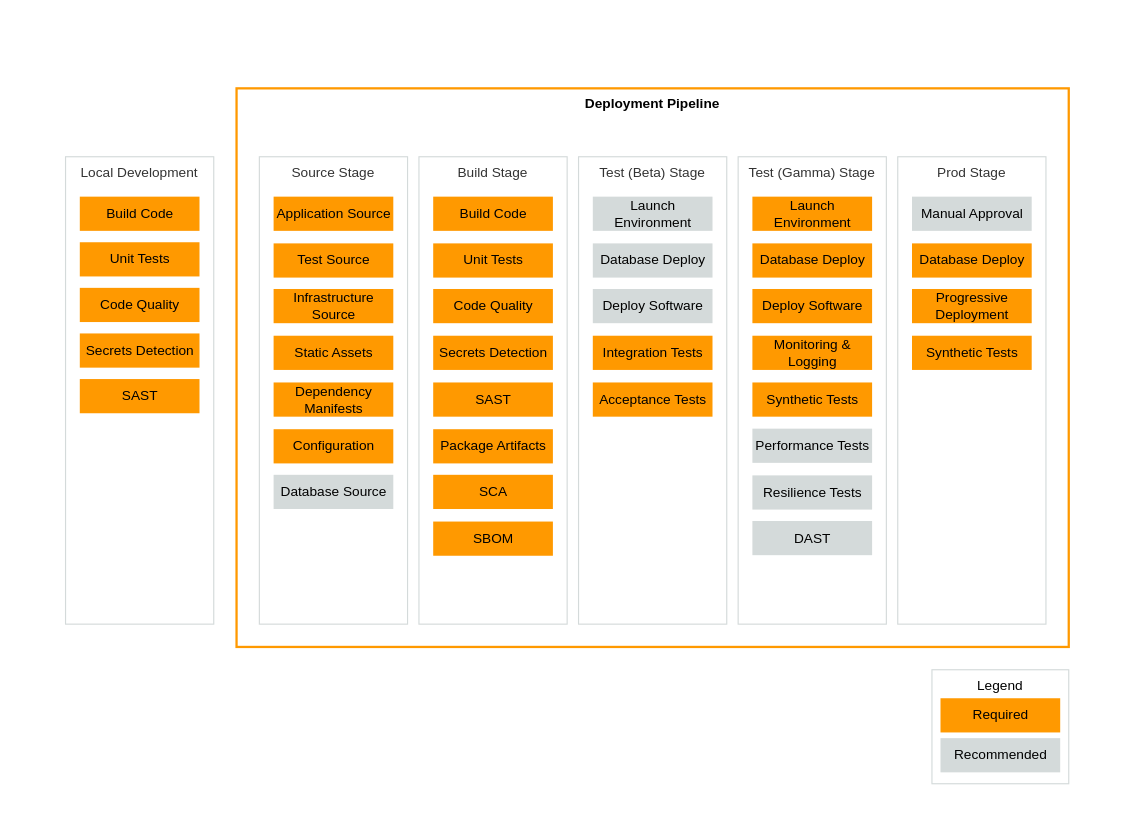
Before: docs/application-pipeline/architecture.drawio in aws-samples/aws-deployment-pipeline-reference-architecture, a draw.io diagram. Source tidied: cells renumbered, new cells numbered last; positions are measured from the earlier drawing's top-left corner, leaving out a move shared by most shapes. Both pictures are drawn from the tidied source at 114%, with x=0, y=0 at pixel (19, 19).
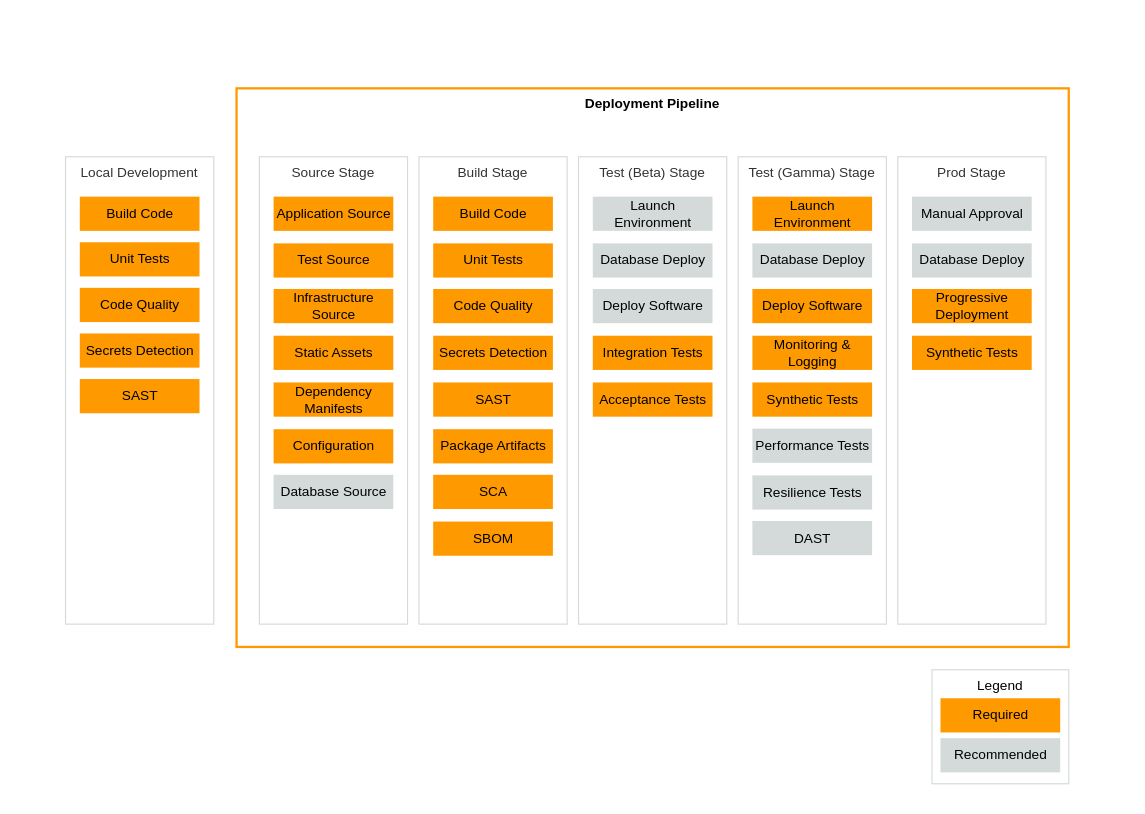
Above is the later version.

Commit message (it also covers changes not shown here):
Database deploy fix

Diff of the diagram source:
```diff
@@
-    <mxCell id="39" value="Database Deploy" style="rounded=0;whiteSpace=wrap;html=1;fillColor=#ff9900;strokeColor=none;fontColor=#000000;shadow=0;" parent="1" vertex="1">
+    <mxCell id="39" value="Database Deploy" style="rounded=0;whiteSpace=wrap;html=1;fillColor=#D4DADA;strokeColor=none;fontColor=#000000;shadow=0;" parent="1" vertex="1">
       <mxGeometry x="642.5" y="196" width="105" height="30" as="geometry" />
     </mxCell>
@@
-    <mxCell id="47" value="Database Deploy" style="rounded=0;whiteSpace=wrap;html=1;fillColor=#ff9900;strokeColor=none;fontColor=#000000;shadow=0;" parent="1" vertex="1">
+    <mxCell id="47" value="Database Deploy" style="rounded=0;whiteSpace=wrap;html=1;fillColor=#D4DADA;strokeColor=none;fontColor=#000000;shadow=0;" parent="1" vertex="1">
       <mxGeometry x="782.5" y="196" width="105" height="30" as="geometry" />
     </mxCell>
```
